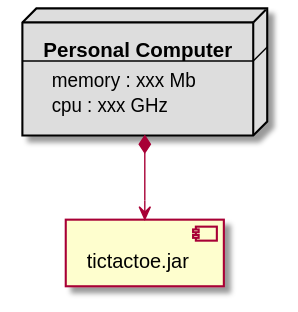
x-USantaTecla-game-ticTacToe/java keeps this PlantUML diagram as docs/build/docs/asciidoc/images/diagramaDespliegue.svg. Above is the earlier version. The source it was exported from:
```plantuml
@startuml

node node #DDDDDD [
<b>Personal Computer</b>
----
memory : xxx Mb
cpu : xxx GHz
]

[ tictactoe.jar ] as component

node *--> component
@enduml
```
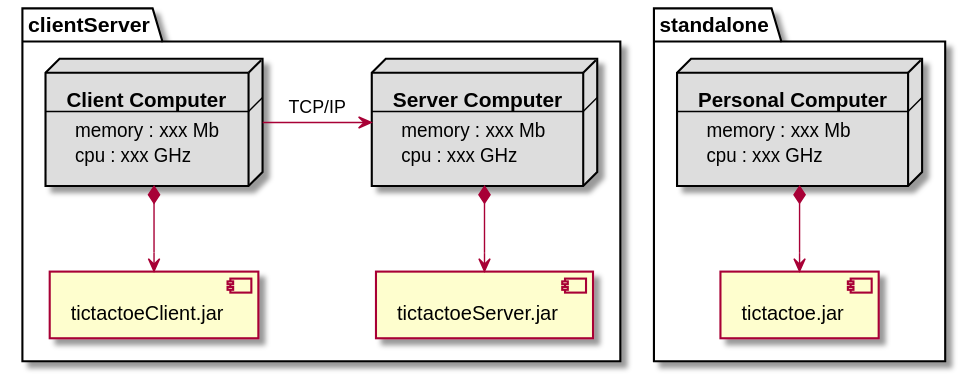
Above is the later version.

What changed in the source:
```diff
@@ -1,13 +1,44 @@
 @startuml
 
-node node #DDDDDD [
+package standalone {
+
+node standaloneNode #DDDDDD [
 <b>Personal Computer</b>
 ----
 memory : xxx Mb
 cpu : xxx GHz
 ]
 
-[ tictactoe.jar ] as component
+[ tictactoe.jar ] as standaloneComponent
 
-node *--> component
+}
+
+standaloneNode *--> standaloneComponent
+
+package clientServer {
+
+node clientNode #DDDDDD [
+<b>Client Computer</b>
+----
+memory : xxx Mb
+cpu : xxx GHz
+]
+
+[ tictactoeClient.jar ] as clientComponent
+
+node serverNode #DDDDDD [
+<b>Server Computer</b>
+----
+memory : xxx Mb
+cpu : xxx GHz
+]
+
+[ tictactoeServer.jar ] as serverComponent
+
+}
+
+clientNode *--> clientComponent
+serverNode *--> serverComponent
+
+clientNode -right-> serverNode : TCP/IP
 @enduml
```
